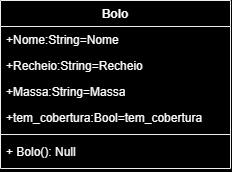
Earlier version of the draw.io export Diagrama1.png (Joaobcamargos/POO-Python-Java). Source tidied: cells renumbered, new cells last; positions are measured from the earlier drawing's top-left corner, leaving out a move shared by most shapes.
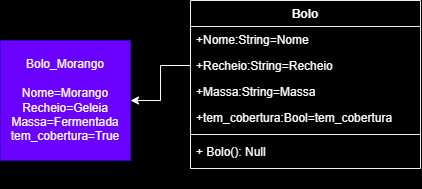
The same diagram one commit later.

Change to the diagram source:
```diff
@@ -23,5 +23,16 @@
     <mxCell id="8" value="+ Bolo(): Null" style="text;strokeColor=none;fillColor=none;align=left;verticalAlign=top;spacingLeft=4;spacingRight=4;overflow=hidden;whiteSpace=wrap;html=1;fontColor=#FFFFFF;" parent="2" vertex="1">
       <mxGeometry y="138" width="230" height="30" as="geometry" />
     </mxCell>
+    <mxCell id="9" style="edgeStyle=orthogonalEdgeStyle;rounded=0;jettySize=auto;html=1;" parent="1" edge="1" source="10">
+      <mxGeometry relative="1" as="geometry">
+        <mxPoint x="-115" y="130" as="targetPoint" />
+      </mxGeometry>
+    </mxCell>
+    <mxCell id="10" value="Bolo_Morango&lt;div&gt;&lt;br&gt;&lt;div&gt;Nome=Morango&lt;/div&gt;&lt;div&gt;Recheio=Geleia&lt;/div&gt;&lt;div&gt;Massa=Fermentada&lt;/div&gt;&lt;div&gt;tem_cobertura=True&lt;/div&gt;&lt;/div&gt;" style="html=1;whiteSpace=wrap;fillColor=#6a00ff;fontColor=#ffffff;strokeColor=#3700CC;" parent="1" vertex="1">
+      <mxGeometry x="-190" y="40" width="130" height="120" as="geometry" />
+    </mxCell>
+    <mxCell id="11" style="edgeStyle=orthogonalEdgeStyle;rounded=0;jettySize=auto;html=1;entryX=1;entryY=0.5;entryDx=0;entryDy=0;fillColor=#d80073;strokeColor=#FFFFFF;" parent="1" edge="1" source="4" target="10">
+      <mxGeometry relative="1" as="geometry" />
+    </mxCell>
   </root>
 </mxGraphModel>
```
